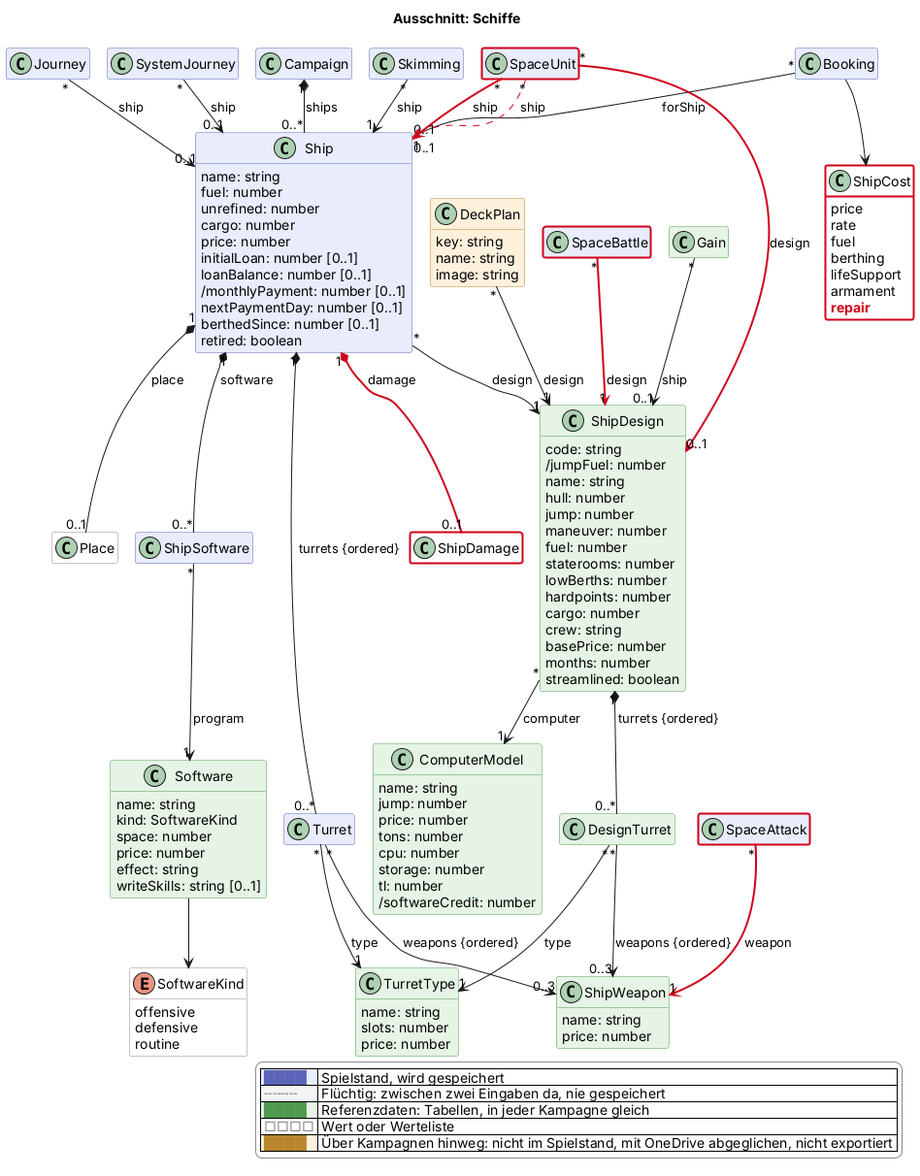
The PlantUML diagram docs/views/schiffe.png in scuzzar/SRE, before a commit.
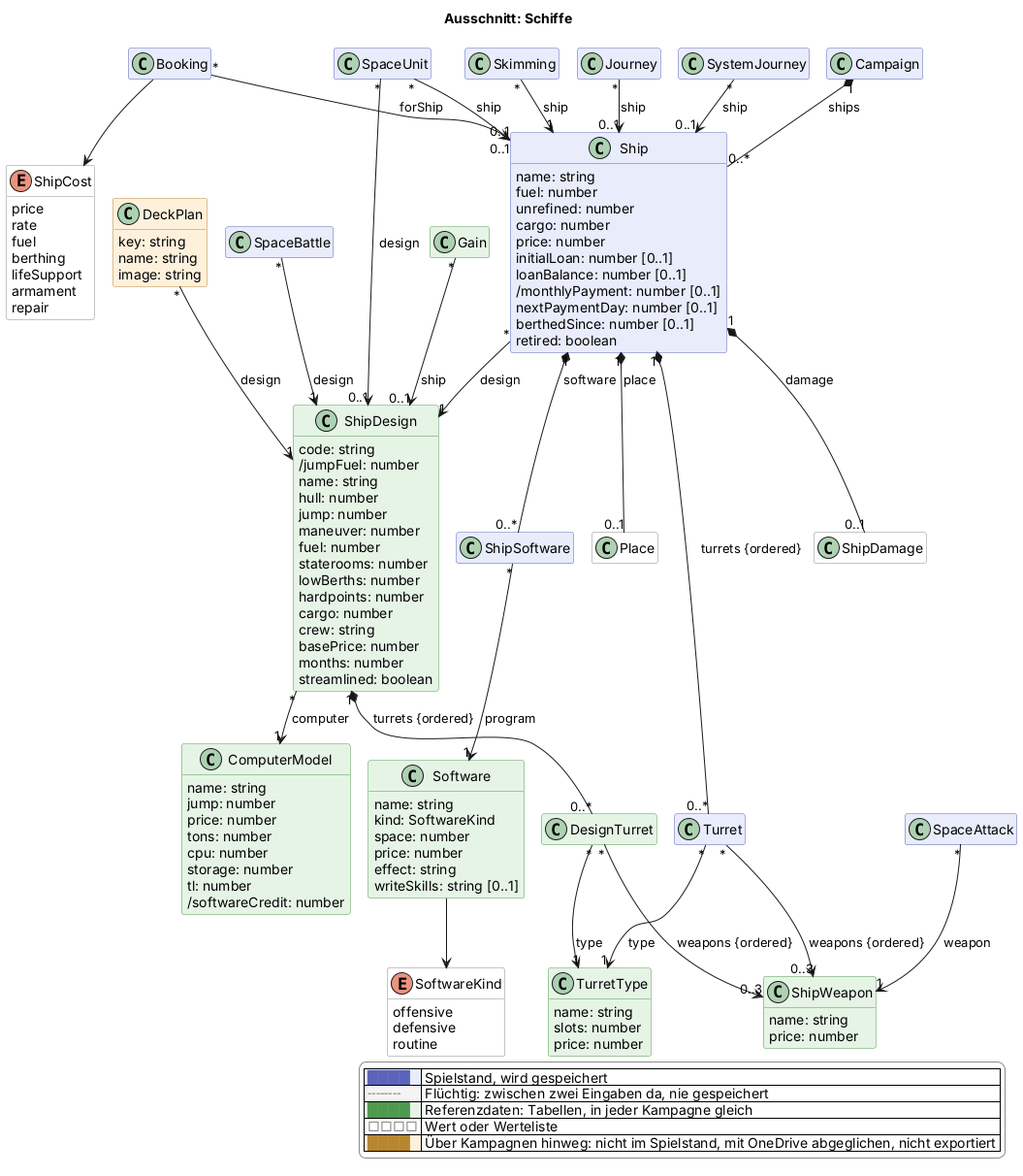
Above is the later version.

Change to the diagram source:
```diff
@@ -92,7 +92,7 @@
     berthing
     lifeSupport
     armament
-    $new("2026-11-21d", "repair")
+    repair
   }
   class ShipSoftware $schiffe {
   }
@@ -156,9 +156,9 @@
   }
 
   class Skimming $raum
-  class ShipDamage <<value>> $raum $newClass("2026-11-21d")
-  class SpaceBattle $raum $newClass("2026-11-21d")
-  class SpaceAttack $raum $newClass("2026-11-21d")
+  class ShipDamage <<value>> $raum
+  class SpaceBattle $raum
+  class SpaceAttack $raum
   class SpaceUnit $raum
 
 
@@ -188,12 +188,11 @@
 ShipDesign "*" --> "1" ComputerModel : computer
 Booking "*" --> "0..1" Ship : forShip
 
-SpaceUnit "*" -$goneArrow("2026-11-21d")-> "1" Ship : ship
-SpaceUnit "*" -$newArrow("2026-11-21d")-> "0..1" Ship : ship
-SpaceUnit "*" -$newArrow("2026-11-21d")-> "0..1" ShipDesign : design
-Ship "1" *-$newArrow("2026-11-21d")- "0..1" ShipDamage : damage
-SpaceBattle "*" -$newArrow("2026-11-21d")-> "1" ShipDesign : design
-SpaceAttack "*" -$newArrow("2026-11-21d")-> "1" ShipWeapon : weapon
+SpaceUnit "*" --> "0..1" Ship : ship
+SpaceUnit "*" --> "0..1" ShipDesign : design
+Ship "1" *-- "0..1" ShipDamage : damage
+SpaceBattle "*" --> "1" ShipDesign : design
+SpaceAttack "*" --> "1" ShipWeapon : weapon
 Skimming "*" --> "1" Ship : ship
 Gain "*" --> "0..1" ShipDesign : ship
 DeckPlan "*" --> "1" ShipDesign : design
@@ -220,6 +219,4 @@
   |<#ffffff> <color:#8a8a8a>□□□□</color> | Wert oder Werteliste |
   |<#fdf1dc> <color:#b8862e>████</color> | Über Kampagnen hinweg: nicht im Spielstand, mit OneDrive abgeglichen, nicht exportiert |
 endlegend
-class ShipCost #line:d0021b;line.bold
-class SpaceUnit #line:d0021b;line.bold
 @enduml
```
